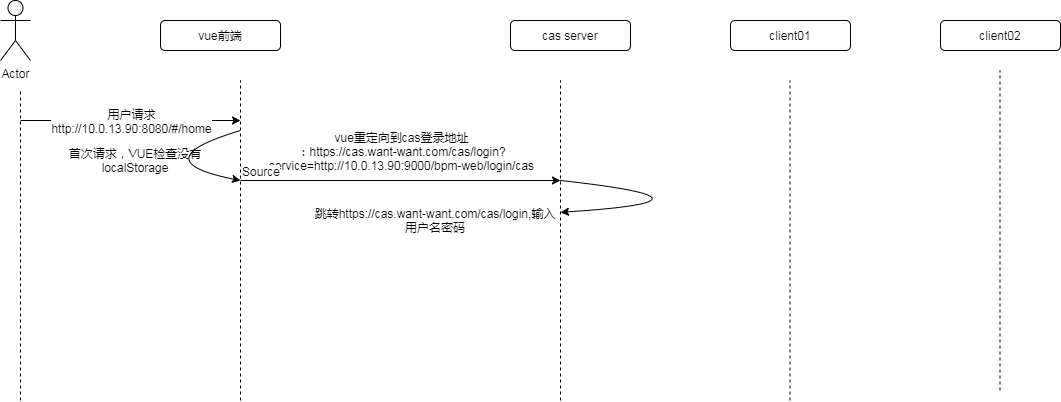
Before: BPM CAS流程图.png, a diagram exported from draw.io (daofuzhang/demo). Source tidied: cells renumbered, new cells last; positions are measured from the earlier drawing's top-left corner, leaving out a move shared by most shapes.
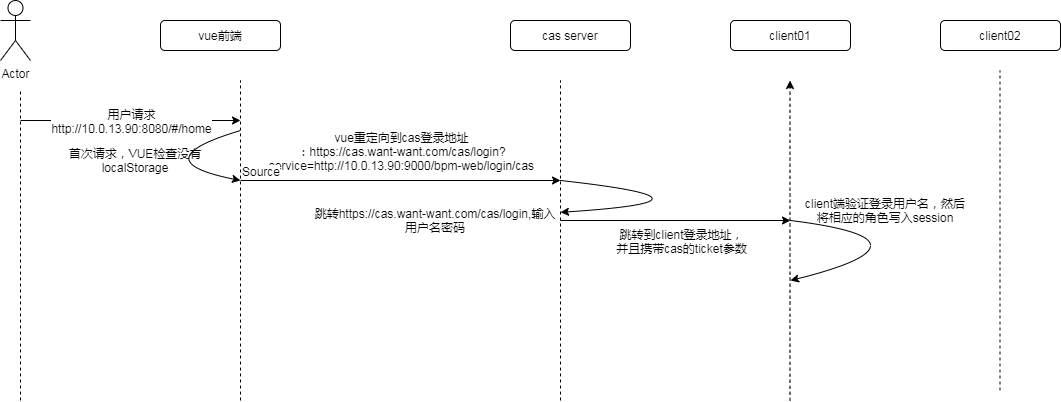
Above is the later version.

Diff of the diagram source:
```diff
@@ -35,7 +35,7 @@
         <mxPoint x="560" y="80" as="targetPoint" />
       </mxGeometry>
     </mxCell>
-    <mxCell id="10" style="endArrow=none;dashed=1;html=1;" parent="1" edge="1">
+    <mxCell id="10" style="curved=1;endArrow=classic;html=1;dashed=1;fontFamily=Helvetica;fontSize=11;fontColor=#000000;align=center;strokeColor=#000000;" parent="1" edge="1">
       <mxGeometry relative="1" as="geometry">
         <mxPoint x="789.5" y="400" as="sourcePoint" />
         <mxPoint x="789.5" y="80" as="targetPoint" />
@@ -93,5 +93,29 @@
     <mxCell id="20" value="跳转&lt;span style=&quot;font-size: 11px ; background-color: rgb(255 , 255 , 255)&quot;&gt;https://cas.want-want.com/cas/login,输入用户名密码&lt;/span&gt;" style="text;html=1;strokeColor=none;fillColor=none;align=center;verticalAlign=middle;whiteSpace=wrap;rounded=0;" parent="1" vertex="1">
       <mxGeometry x="310" y="210" width="250" height="20" as="geometry" />
     </mxCell>
+    <mxCell id="21" style="endArrow=classic;html=1;" parent="1" edge="1">
+      <mxGeometry relative="1" as="geometry">
+        <mxPoint x="560" y="220" as="sourcePoint" />
+        <mxPoint x="790" y="220" as="targetPoint" />
+      </mxGeometry>
+    </mxCell>
+    <mxCell id="22" value="跳转到client登录地址，&lt;br&gt;并且携带cas的ticket参数" style="edgeLabel;html=1;align=center;verticalAlign=middle;" parent="21" vertex="1">
+      <mxGeometry relative="1" as="geometry">
+        <mxPoint x="5" y="20" as="offset" />
+      </mxGeometry>
+    </mxCell>
+    <mxCell id="23" style="curved=1;endArrow=classic;html=1;" parent="1" edge="1">
+      <mxGeometry relative="1" as="geometry">
+        <mxPoint x="790" y="220" as="sourcePoint" />
+        <mxPoint x="790" y="280" as="targetPoint" />
+        <Array as="points">
+          <mxPoint x="870" y="230" />
+          <mxPoint x="870" y="260" />
+        </Array>
+      </mxGeometry>
+    </mxCell>
+    <mxCell id="24" value="client端验证登录用户名，然后将相应的角色写入session" style="text;html=1;strokeColor=none;fillColor=none;align=center;verticalAlign=middle;whiteSpace=wrap;rounded=0;" parent="1" vertex="1">
+      <mxGeometry x="800" y="200" width="170" height="20" as="geometry" />
+    </mxCell>
   </root>
 </mxGraphModel>
```
